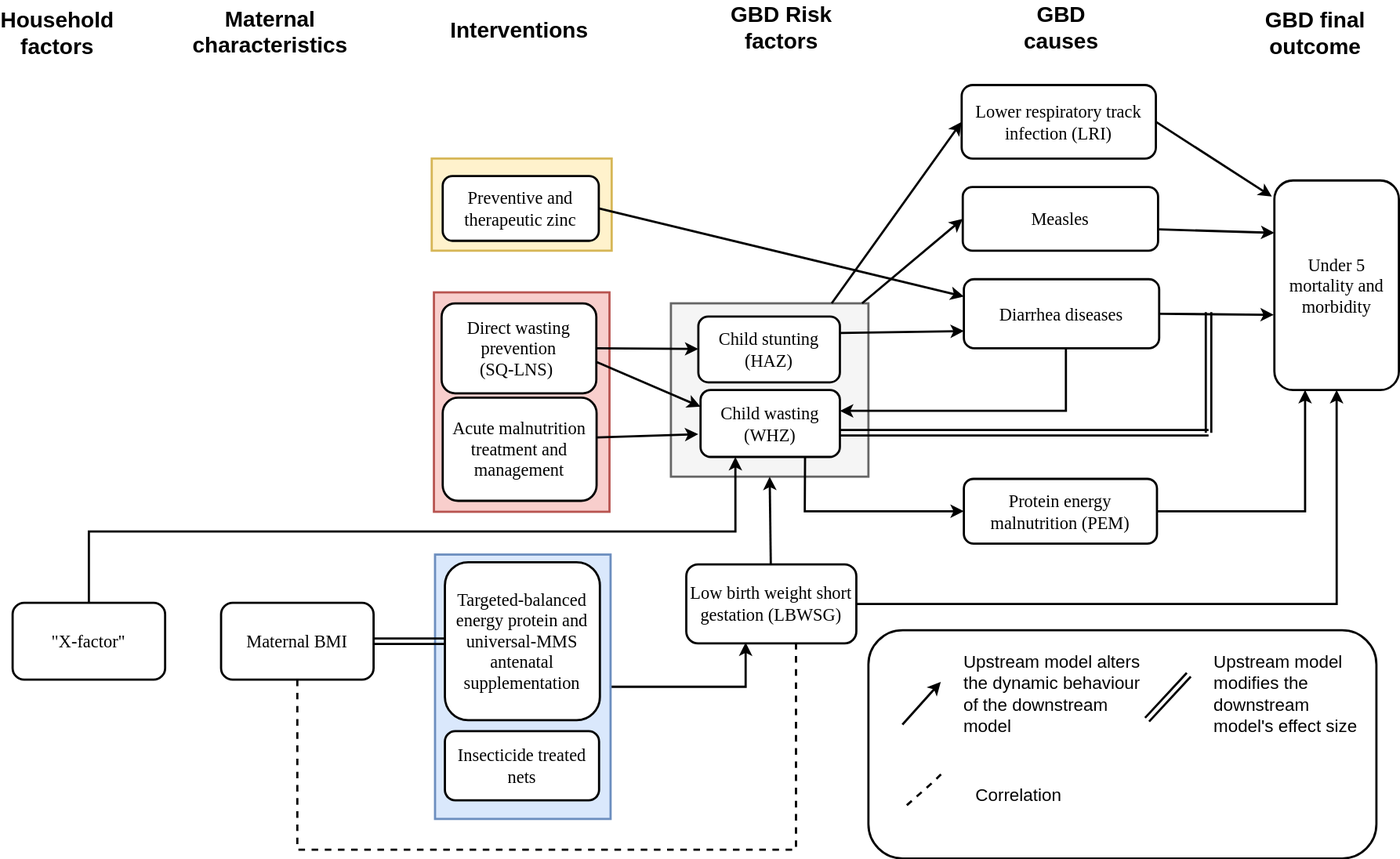
Above: docs/source/concept_models/vivarium_ciff_sam_2/am_concept_model_diagram.svg in ihmeuw/vivarium_research (draw.io), before the change. Source tidied: cells renumbered, new cells last; positions are measured from the earlier drawing's top-left corner, leaving out a move shared by most shapes.
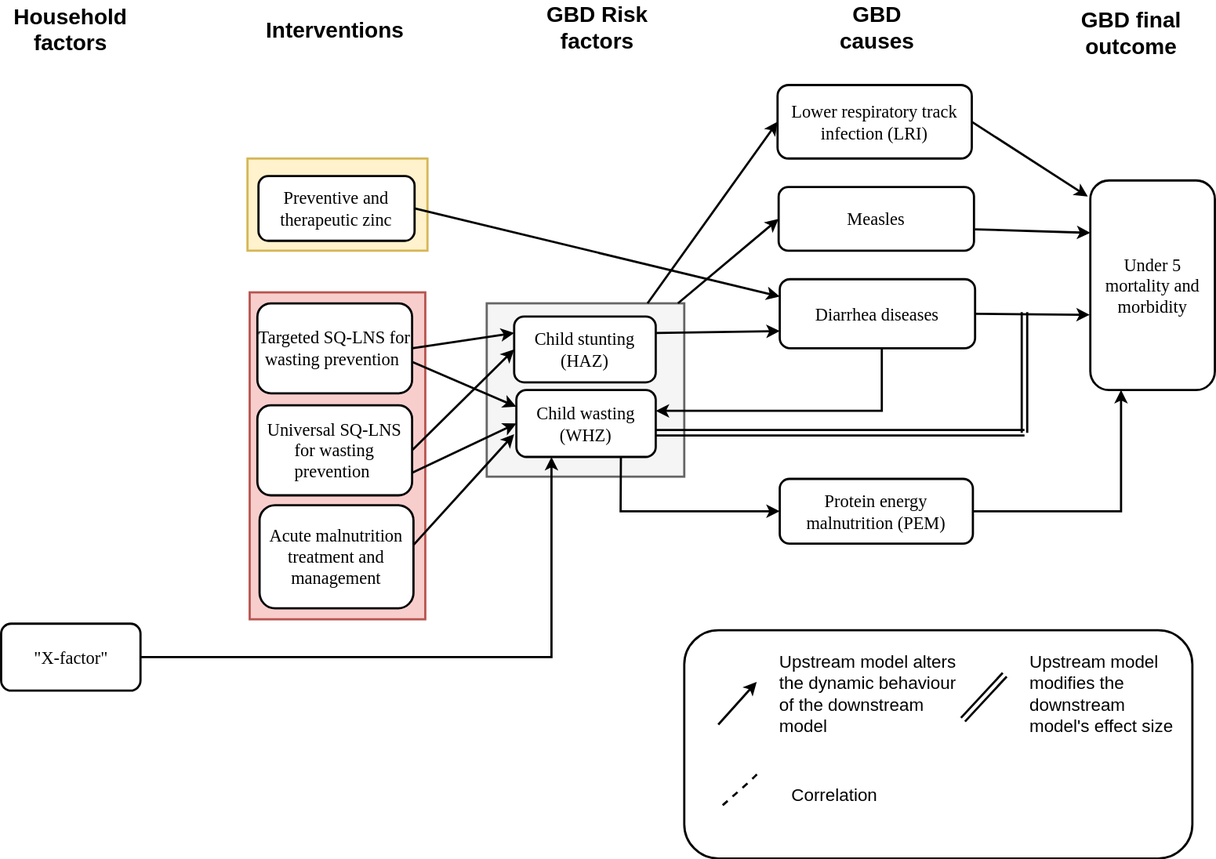
The same file after the commit.

Commit message:
updating concept model image

Change to the diagram source:
```diff
@@ -5,15 +5,6 @@
     <mxCell id="2" style="rounded=1;whiteSpace=wrap;html=1;fontSize=16;strokeWidth=2;" parent="1" vertex="1">
       <mxGeometry x="780" y="560" width="463" height="208" as="geometry" />
     </mxCell>
-    <mxCell id="3" style="edgeStyle=orthogonalEdgeStyle;rounded=0;jettySize=auto;html=1;fontSize=16;dashed=1;strokeWidth=2;" parent="1" edge="1" source="31">
-      <mxGeometry relative="1" as="geometry">
-        <mxPoint x="714" y="560" as="targetPoint" />
-        <Array as="points">
-          <mxPoint x="260" y="760" />
-          <mxPoint x="714" y="760" />
-        </Array>
-      </mxGeometry>
-    </mxCell>
     <mxCell id="4" style="rounded=0;whiteSpace=wrap;html=1;fontSize=16;strokeWidth=2;fillColor=#f5f5f5;strokeColor=#666666;fontColor=#333333;" parent="1" vertex="1">
       <mxGeometry x="600" y="262" width="180" height="158" as="geometry" />
     </mxCell>
@@ -21,14 +12,8 @@
       <mxGeometry x="382" y="130" width="164" height="84" as="geometry" />
     </mxCell>
     <mxCell id="6" style="rounded=0;whiteSpace=wrap;html=1;fontSize=16;strokeWidth=2;fillColor=#f8cecc;strokeColor=#b85450;" parent="1" vertex="1">
-      <mxGeometry x="384" y="252" width="160" height="200" as="geometry" />
+      <mxGeometry x="384" y="252" width="160" height="298" as="geometry" />
     </mxCell>
-    <mxCell id="7" style="edgeStyle=orthogonalEdgeStyle;rounded=0;jettySize=auto;html=1;entryX=0.349;entryY=0.989;entryDx=0;entryDy=0;fontSize=16;entryPerimeter=0;strokeWidth=2;" parent="1" edge="1" source="8" target="51">
-      <mxGeometry relative="1" as="geometry" />
-    </mxCell>
-    <mxCell id="8" style="rounded=0;whiteSpace=wrap;html=1;fontSize=16;strokeWidth=2;fillColor=#dae8fc;strokeColor=#6c8ebf;" parent="1" vertex="1">
-      <mxGeometry x="385" y="491" width="160" height="241" as="geometry" />
-    </mxCell>
     <mxCell id="9" style="edgeStyle=elbowEdgeStyle;rounded=0;jettySize=auto;html=1;exitX=0.75;exitY=1;exitDx=0;exitDy=0;entryX=0;entryY=0.5;entryDx=0;entryDy=0;strokeWidth=2;" parent="1" edge="1" source="10" target="13">
       <mxGeometry relative="1" as="geometry">
         <Array as="points">
@@ -39,9 +24,6 @@
     <mxCell id="10" value="&lt;font style=&quot;font-size: 16px;&quot;&gt;Child wasting (WHZ)&lt;/font&gt;" style="rounded=1;whiteSpace=wrap;html=1;shadow=0;labelBackgroundColor=none;strokeWidth=2;fontFamily=Verdana;fontSize=16;align=center;" parent="1" vertex="1">
       <mxGeometry x="627" y="341" width="127" height="61" as="geometry" />
     </mxCell>
-    <mxCell id="11" style="edgeStyle=orthogonalEdgeStyle;rounded=0;jettySize=auto;html=1;entryX=0.5;entryY=1;entryDx=0;entryDy=0;fontSize=16;strokeWidth=2;" parent="1" edge="1" source="51" target="16">
-      <mxGeometry relative="1" as="geometry" />
-    </mxCell>
     <mxCell id="12" style="edgeStyle=elbowEdgeStyle;rounded=0;jettySize=auto;html=1;exitX=1;exitY=0.5;exitDx=0;exitDy=0;entryX=0.25;entryY=1;entryDx=0;entryDy=0;strokeWidth=2;" parent="1" edge="1" source="13" target="16">
       <mxGeometry relative="1" as="geometry">
         <Array as="points">
@@ -83,15 +65,9 @@
     <mxCell id="22" value="Correlation" style="text;html=1;align=left;verticalAlign=middle;whiteSpace=wrap;rounded=0;fontSize=16;strokeWidth=2;" parent="1" vertex="1">
       <mxGeometry x="876" y="699.5" width="40" height="20" as="geometry" />
     </mxCell>
-    <mxCell id="23" value="&lt;font style=&quot;font-size: 16px;&quot;&gt;Targeted-balanced energy protein and universal-MMS&lt;br style=&quot;font-size: 16px;&quot;&gt;antenatal supplementation&lt;/font&gt;" style="rounded=1;whiteSpace=wrap;html=1;shadow=0;labelBackgroundColor=none;strokeWidth=2;fontFamily=Verdana;fontSize=16;align=center;" parent="1" vertex="1">
-      <mxGeometry x="394" y="498" width="141.2" height="144" as="geometry" />
-    </mxCell>
     <mxCell id="24" value="&lt;font style=&quot;font-size: 16px;&quot;&gt;Child stunting&lt;br style=&quot;font-size: 16px;&quot;&gt;(HAZ)&lt;/font&gt;" style="rounded=1;whiteSpace=wrap;html=1;shadow=0;labelBackgroundColor=none;strokeWidth=2;fontFamily=Verdana;fontSize=16;align=center;" parent="1" vertex="1">
       <mxGeometry x="625" y="274" width="129" height="60" as="geometry" />
     </mxCell>
-    <mxCell id="25" style="endArrow=classic;html=1;fontSize=16;strokeWidth=2;entryX=0.5;entryY=1;entryDx=0;entryDy=0;" parent="1" edge="1" source="51" target="4">
-      <mxGeometry relative="1" as="geometry" />
-    </mxCell>
     <mxCell id="26" style="endArrow=classic;html=1;exitX=1;exitY=0.5;exitDx=0;exitDy=0;fontSize=16;strokeWidth=2;entryX=-0.02;entryY=0.077;entryDx=0;entryDy=0;entryPerimeter=0;" parent="1" edge="1" source="15" target="16">
       <mxGeometry relative="1" as="geometry" />
     </mxCell>
@@ -102,22 +78,11 @@
       <mxGeometry x="865" y="578" width="169" height="79" as="geometry" />
     </mxCell>
     <mxCell id="29" value="&lt;span style=&quot;font-size: 16px;&quot;&gt;Acute malnutrition treatment and management&lt;/span&gt;" style="rounded=1;whiteSpace=wrap;html=1;shadow=0;labelBackgroundColor=none;strokeWidth=2;fontFamily=Verdana;fontSize=16;align=center;" parent="1" vertex="1">
-      <mxGeometry x="392" y="348" width="140.2" height="94" as="geometry" />
+      <mxGeometry x="393" y="446" width="140.2" height="94" as="geometry" />
     </mxCell>
     <mxCell id="30" style="endArrow=classic;html=1;exitX=1;exitY=0.386;exitDx=0;exitDy=0;exitPerimeter=0;entryX=-0.016;entryY=0.66;entryDx=0;entryDy=0;fontSize=16;strokeWidth=2;entryPerimeter=0;" parent="1" edge="1" source="29" target="10">
       <mxGeometry relative="1" as="geometry" />
     </mxCell>
-    <mxCell id="31" value="&lt;span style=&quot;font-size: 16px&quot;&gt;Maternal BMI&lt;/span&gt;" style="rounded=1;whiteSpace=wrap;html=1;shadow=0;labelBackgroundColor=none;strokeWidth=2;fontFamily=Verdana;fontSize=16;align=center;" parent="1" vertex="1">
-      <mxGeometry x="190" y="535" width="139" height="70" as="geometry" />
-    </mxCell>
-    <mxCell id="32" value="Maternal characteristics" style="text;html=1;align=center;verticalAlign=middle;whiteSpace=wrap;rounded=0;strokeWidth=2;fontSize=20;fontStyle=1;" parent="1" vertex="1">
-      <mxGeometry x="215" y="4" width="40" height="20" as="geometry" />
-    </mxCell>
-    <mxCell id="33" style="shape=link;html=1;entryX=0;entryY=0.5;entryDx=0;entryDy=0;fontSize=16;strokeWidth=2;" parent="1" edge="1" target="23">
-      <mxGeometry relative="1" as="geometry">
-        <mxPoint x="330" y="570" as="sourcePoint" />
-      </mxGeometry>
-    </mxCell>
     <mxCell id="34" style="shape=link;html=1;fontSize=16;strokeWidth=2;" parent="1" edge="1">
       <mxGeometry relative="1" as="geometry">
         <mxPoint x="1034" y="641.5" as="sourcePoint" />
@@ -130,16 +95,13 @@
     <mxCell id="36" style="endArrow=classic;html=1;exitX=0.992;exitY=0.645;exitDx=0;exitDy=0;entryX=0;entryY=0.25;entryDx=0;entryDy=0;fontSize=16;strokeWidth=2;exitPerimeter=0;" parent="1" edge="1" source="38" target="10">
       <mxGeometry relative="1" as="geometry" />
     </mxCell>
-    <mxCell id="37" value="&lt;font style=&quot;font-size: 16px;&quot;&gt;Insecticide treated nets&lt;/font&gt;" style="rounded=1;whiteSpace=wrap;html=1;shadow=0;labelBackgroundColor=none;strokeWidth=2;fontFamily=Verdana;fontSize=16;align=center;" parent="1" vertex="1">
-      <mxGeometry x="394" y="652" width="140.5" height="63" as="geometry" />
-    </mxCell>
-    <mxCell id="38" value="&lt;span style=&quot;font-size: 16px&quot;&gt;Direct wasting prevention &lt;br style=&quot;font-size: 16px&quot;&gt;(&lt;/span&gt;&lt;font style=&quot;font-size: 16px&quot;&gt;SQ-LNS&lt;/font&gt;&lt;span style=&quot;font-size: 16px&quot;&gt;)&amp;nbsp;&lt;/span&gt;" style="rounded=1;whiteSpace=wrap;html=1;shadow=0;labelBackgroundColor=none;strokeWidth=2;fontFamily=Verdana;fontSize=16;align=center;" parent="1" vertex="1">
+    <mxCell id="38" value="&lt;span style=&quot;font-size: 16px&quot;&gt;Targeted SQ-LNS for wasting prevention&lt;/span&gt;&lt;span style=&quot;font-size: 16px&quot;&gt;&amp;nbsp;&lt;/span&gt;" style="rounded=1;whiteSpace=wrap;html=1;shadow=0;labelBackgroundColor=none;strokeWidth=2;fontFamily=Verdana;fontSize=16;align=center;" parent="1" vertex="1">
       <mxGeometry x="391" y="262" width="141" height="82" as="geometry" />
     </mxCell>
     <mxCell id="39" style="endArrow=classic;html=1;exitX=1;exitY=0.5;exitDx=0;exitDy=0;entryX=-0.004;entryY=0.641;entryDx=0;entryDy=0;entryPerimeter=0;fontSize=16;strokeWidth=2;" parent="1" edge="1" source="46" target="16">
       <mxGeometry relative="1" as="geometry" />
     </mxCell>
-    <mxCell id="40" style="endArrow=classic;html=1;exitX=1;exitY=0.5;exitDx=0;exitDy=0;fontSize=16;strokeWidth=2;" parent="1" edge="1" source="38" target="24">
+    <mxCell id="40" style="endArrow=classic;html=1;exitX=1;exitY=0.5;exitDx=0;exitDy=0;fontSize=16;strokeWidth=2;entryX=0;entryY=0.25;entryDx=0;entryDy=0;" parent="1" edge="1" source="38" target="24">
       <mxGeometry relative="1" as="geometry" />
     </mxCell>
     <mxCell id="41" value="&lt;span style=&quot;font-size: 16px;&quot;&gt;Preventive and therapeutic zinc&lt;/span&gt;" style="rounded=1;whiteSpace=wrap;html=1;shadow=0;labelBackgroundColor=none;strokeWidth=2;fontFamily=Verdana;fontSize=16;align=center;" parent="1" vertex="1">
@@ -166,20 +128,6 @@
     <mxCell id="46" value="&lt;font style=&quot;font-size: 16px;&quot; face=&quot;Verdana&quot;&gt;Diarrhea diseases&lt;/font&gt;" style="rounded=1;whiteSpace=wrap;html=1;fontSize=16;strokeWidth=2;" parent="1" vertex="1">
       <mxGeometry x="867" y="240" width="178" height="63" as="geometry" />
     </mxCell>
-    <mxCell id="47" value="Household factors" style="text;html=1;align=center;verticalAlign=middle;whiteSpace=wrap;rounded=0;strokeWidth=2;fontSize=20;fontStyle=1;" parent="1" vertex="1">
-      <mxGeometry x="20.5" y="5" width="40" height="20" as="geometry" />
-    </mxCell>
-    <mxCell id="48" style="edgeStyle=orthogonalEdgeStyle;rounded=0;jettySize=auto;html=1;entryX=0.25;entryY=1;entryDx=0;entryDy=0;fontSize=16;strokeWidth=2;" parent="1" edge="1" source="49" target="10">
-      <mxGeometry relative="1" as="geometry">
-        <Array as="points">
-          <mxPoint x="70" y="470" />
-          <mxPoint x="659" y="470" />
-        </Array>
-      </mxGeometry>
-    </mxCell>
-    <mxCell id="49" value="&lt;span style=&quot;font-size: 16px&quot;&gt;&quot;X-factor&quot;&lt;/span&gt;" style="rounded=1;whiteSpace=wrap;html=1;shadow=0;labelBackgroundColor=none;strokeWidth=2;fontFamily=Verdana;fontSize=16;align=center;" parent="1" vertex="1">
-      <mxGeometry y="535" width="139" height="70" as="geometry" />
-    </mxCell>
     <mxCell id="50" style="endArrow=none;dashed=1;html=1;fontSize=16;strokeWidth=2;" parent="1" edge="1">
       <mxGeometry relative="1" as="geometry">
         <mxPoint x="815" y="719.5" as="sourcePoint" />
@@ -189,9 +137,6 @@
         </Array>
       </mxGeometry>
     </mxCell>
-    <mxCell id="51" value="&lt;font style=&quot;font-size: 16px;&quot;&gt;Low birth weight short gestation (LBWSG)&lt;/font&gt;" style="rounded=1;whiteSpace=wrap;html=1;shadow=0;labelBackgroundColor=none;strokeWidth=2;fontFamily=Verdana;fontSize=16;align=center;" parent="1" vertex="1">
-      <mxGeometry x="614" y="500" width="155" height="72" as="geometry" />
-    </mxCell>
     <mxCell id="52" style="endArrow=classic;html=1;strokeWidth=2;fontSize=16;entryX=0;entryY=0.75;entryDx=0;entryDy=0;exitX=1;exitY=0.25;exitDx=0;exitDy=0;" parent="1" edge="1" source="24" target="46">
       <mxGeometry relative="1" as="geometry" />
     </mxCell>
@@ -207,5 +152,27 @@
         <mxPoint x="1090" y="270" as="targetPoint" />
       </mxGeometry>
     </mxCell>
+    <mxCell id="55" value="&lt;span style=&quot;font-size: 16px&quot;&gt;Universal SQ-LNS for wasting prevention&lt;/span&gt;&lt;span style=&quot;font-size: 16px&quot;&gt;&amp;nbsp;&lt;/span&gt;" style="rounded=1;whiteSpace=wrap;html=1;shadow=0;labelBackgroundColor=none;strokeWidth=2;fontFamily=Verdana;fontSize=16;align=center;" parent="1" vertex="1">
+      <mxGeometry x="391" y="355" width="141" height="82" as="geometry" />
+    </mxCell>
+    <mxCell id="56" style="endArrow=classic;html=1;exitX=1;exitY=0.5;exitDx=0;exitDy=0;fontSize=16;strokeWidth=2;entryX=0;entryY=0.5;entryDx=0;entryDy=0;" parent="1" edge="1" source="55" target="24">
+      <mxGeometry relative="1" as="geometry" />
+    </mxCell>
+    <mxCell id="57" style="endArrow=classic;html=1;exitX=1;exitY=0.75;exitDx=0;exitDy=0;fontSize=16;strokeWidth=2;entryX=0;entryY=0.5;entryDx=0;entryDy=0;" parent="1" edge="1" source="55" target="10">
+      <mxGeometry relative="1" as="geometry" />
+    </mxCell>
+    <mxCell id="47" value="Household factors" style="text;html=1;align=center;verticalAlign=middle;whiteSpace=wrap;rounded=0;strokeWidth=2;fontSize=20;fontStyle=1;" parent="1" vertex="1">
+      <mxGeometry x="201" y="2" width="40" height="20" as="geometry" />
+    </mxCell>
+    <mxCell id="49" value="&lt;font style=&quot;font-size: 16px;&quot;&gt;&quot;X-factor&quot;&lt;/font&gt;" style="rounded=1;whiteSpace=wrap;html=1;shadow=0;labelBackgroundColor=none;strokeWidth=2;fontFamily=Verdana;fontSize=16;align=center;" parent="1" vertex="1">
+      <mxGeometry x="157.5" y="554" width="127" height="61" as="geometry" />
+    </mxCell>
+    <mxCell id="48" style="edgeStyle=elbowEdgeStyle;rounded=0;jettySize=auto;html=1;exitX=1;exitY=0.5;exitDx=0;exitDy=0;entryX=0.25;entryY=1;entryDx=0;entryDy=0;strokeWidth=2;" parent="1" edge="1" source="49" target="10">
+      <mxGeometry relative="1" as="geometry">
+        <Array as="points">
+          <mxPoint x="659" y="510" />
+        </Array>
+      </mxGeometry>
+    </mxCell>
   </root>
 </mxGraphModel>
```
